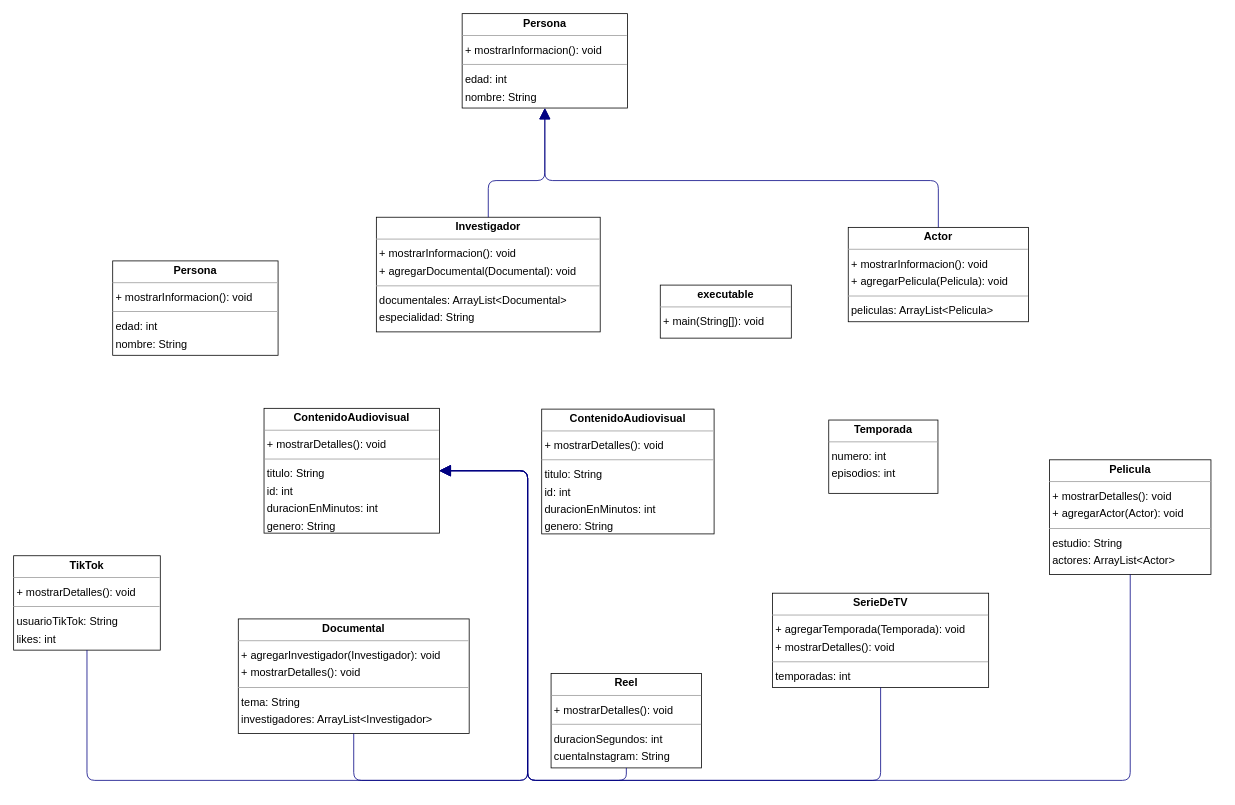
This is diagram/src.drawio from smosquera1/POO_U1, a draw.io file, before an edit. Source tidied: cells renumbered, new cells numbered last; positions are measured from the earlier drawing's top-left corner, leaving out a move shared by most shapes. Both pictures are drawn from the tidied source at 78%, with x=0, y=0 at pixel (13, 13).
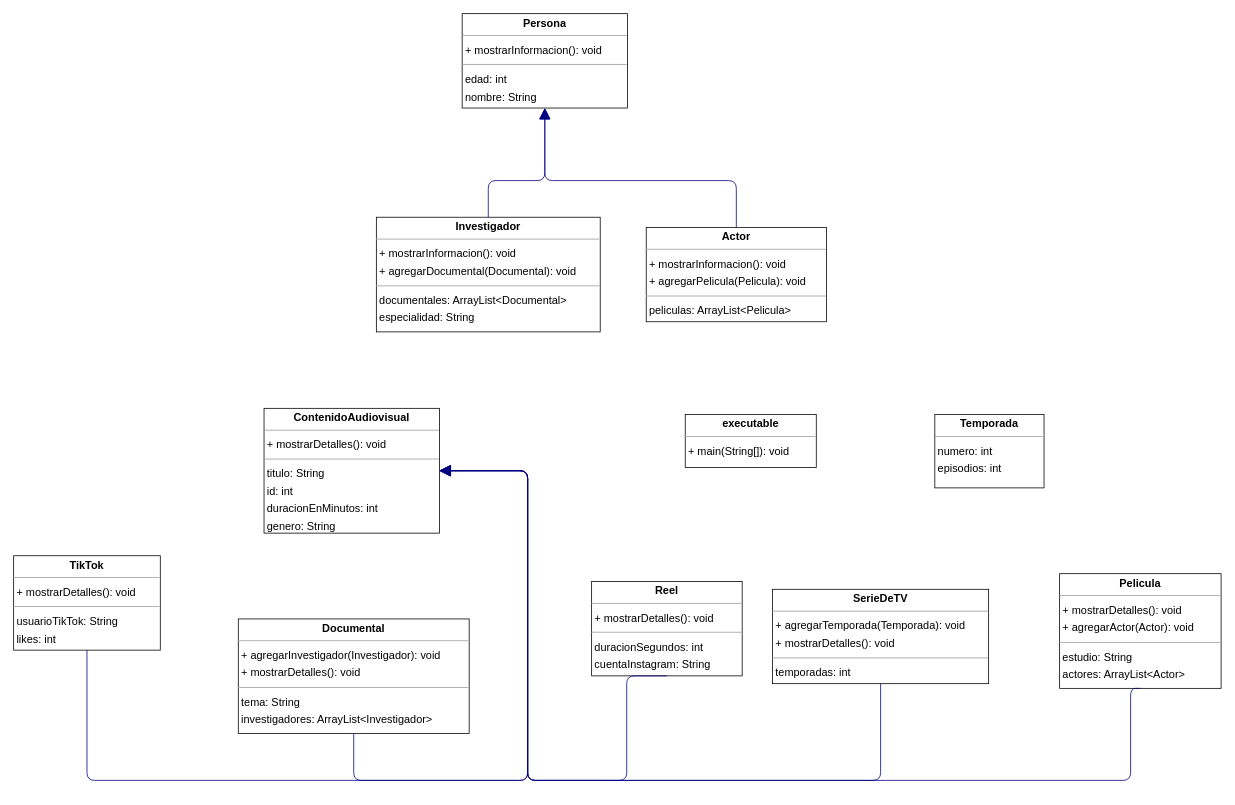
The same page after the edit.

Unchanged cells that the change refers to:
```xml
<mxCell id="8" value="&lt;p style=&quot;margin:0px;margin-top:4px;text-align:center;&quot;&gt;&lt;b&gt;Persona&lt;/b&gt;&lt;/p&gt;&lt;hr size=&quot;1&quot;/&gt;&lt;p style=&quot;margin:0 0 0 4px;line-height:1.6;&quot;&gt;+ mostrarInformacion(): void&lt;/p&gt;&lt;hr size=&quot;1&quot;/&gt;&lt;p style=&quot;margin:0 0 0 4px;line-height:1.6;&quot;&gt; edad: int&lt;br/&gt; nombre: String&lt;/p&gt;" style="verticalAlign=top;align=left;overflow=fill;fontSize=14;fontFamily=Helvetica;html=1;rounded=0;shadow=0;comic=0;labelBackgroundColor=none;strokeWidth=1;" parent="1" vertex="1">
  <mxGeometry x="575" width="212" height="121" as="geometry" />
</mxCell>
```

Diff of the diagram source:
```diff
@@
     <mxCell id="2" value="&lt;p style=&quot;margin:0px;margin-top:4px;text-align:center;&quot;&gt;&lt;b&gt;Actor&lt;/b&gt;&lt;/p&gt;&lt;hr size=&quot;1&quot;/&gt;&lt;p style=&quot;margin:0 0 0 4px;line-height:1.6;&quot;&gt;+ mostrarInformacion(): void&lt;br/&gt;+ agregarPelicula(Pelicula): void&lt;/p&gt;&lt;hr size=&quot;1&quot;/&gt;&lt;p style=&quot;margin:0 0 0 4px;line-height:1.6;&quot;&gt; peliculas: ArrayList&amp;lt;Pelicula&amp;gt;&lt;/p&gt;" style="verticalAlign=top;align=left;overflow=fill;fontSize=14;fontFamily=Helvetica;html=1;rounded=0;shadow=0;comic=0;labelBackgroundColor=none;strokeWidth=1;" parent="1" vertex="1">
-      <mxGeometry x="1070" y="274" width="231" height="121" as="geometry" />
+      <mxGeometry x="811" y="274" width="231" height="121" as="geometry" />
     </mxCell>
@@
-    <mxCell id="4" value="&lt;p style=&quot;margin:0px;margin-top:4px;text-align:center;&quot;&gt;&lt;b&gt;ContenidoAudiovisual&lt;/b&gt;&lt;/p&gt;&lt;hr size=&quot;1&quot;/&gt;&lt;p style=&quot;margin:0 0 0 4px;line-height:1.6;&quot;&gt;+ mostrarDetalles(): void&lt;/p&gt;&lt;hr size=&quot;1&quot;/&gt;&lt;p style=&quot;margin:0 0 0 4px;line-height:1.6;&quot;&gt; titulo: String&lt;br/&gt; id: int&lt;br/&gt; duracionEnMinutos: int&lt;br/&gt; genero: String&lt;/p&gt;" style="verticalAlign=top;align=left;overflow=fill;fontSize=14;fontFamily=Helvetica;html=1;rounded=0;shadow=0;comic=0;labelBackgroundColor=none;strokeWidth=1;" parent="1" vertex="1">
-      <mxGeometry x="677" y="507" width="221" height="160" as="geometry" />
-    </mxCell>
@@
     <mxCell id="7" value="&lt;p style=&quot;margin:0px;margin-top:4px;text-align:center;&quot;&gt;&lt;b&gt;Pelicula&lt;/b&gt;&lt;/p&gt;&lt;hr size=&quot;1&quot;/&gt;&lt;p style=&quot;margin:0 0 0 4px;line-height:1.6;&quot;&gt;+ mostrarDetalles(): void&lt;br/&gt;+ agregarActor(Actor): void&lt;/p&gt;&lt;hr size=&quot;1&quot;/&gt;&lt;p style=&quot;margin:0 0 0 4px;line-height:1.6;&quot;&gt; estudio: String&lt;br/&gt; actores: ArrayList&amp;lt;Actor&amp;gt;&lt;/p&gt;" style="verticalAlign=top;align=left;overflow=fill;fontSize=14;fontFamily=Helvetica;html=1;rounded=0;shadow=0;comic=0;labelBackgroundColor=none;strokeWidth=1;" parent="1" vertex="1">
-      <mxGeometry x="1328" y="572" width="207" height="147" as="geometry" />
+      <mxGeometry x="1341" y="718" width="207" height="147" as="geometry" />
     </mxCell>
@@
-    <mxCell id="9" value="&lt;p style=&quot;margin:0px;margin-top:4px;text-align:center;&quot;&gt;&lt;b&gt;Persona&lt;/b&gt;&lt;/p&gt;&lt;hr size=&quot;1&quot;/&gt;&lt;p style=&quot;margin:0 0 0 4px;line-height:1.6;&quot;&gt;+ mostrarInformacion(): void&lt;/p&gt;&lt;hr size=&quot;1&quot;/&gt;&lt;p style=&quot;margin:0 0 0 4px;line-height:1.6;&quot;&gt; edad: int&lt;br/&gt; nombre: String&lt;/p&gt;" style="verticalAlign=top;align=left;overflow=fill;fontSize=14;fontFamily=Helvetica;html=1;rounded=0;shadow=0;comic=0;labelBackgroundColor=none;strokeWidth=1;" parent="1" vertex="1">
-      <mxGeometry x="127" y="317" width="212" height="121" as="geometry" />
-    </mxCell>
     <mxCell id="10" value="&lt;p style=&quot;margin:0px;margin-top:4px;text-align:center;&quot;&gt;&lt;b&gt;Reel&lt;/b&gt;&lt;/p&gt;&lt;hr size=&quot;1&quot;/&gt;&lt;p style=&quot;margin:0 0 0 4px;line-height:1.6;&quot;&gt;+ mostrarDetalles(): void&lt;/p&gt;&lt;hr size=&quot;1&quot;/&gt;&lt;p style=&quot;margin:0 0 0 4px;line-height:1.6;&quot;&gt; duracionSegundos: int&lt;br/&gt; cuentaInstagram: String&lt;/p&gt;" style="verticalAlign=top;align=left;overflow=fill;fontSize=14;fontFamily=Helvetica;html=1;rounded=0;shadow=0;comic=0;labelBackgroundColor=none;strokeWidth=1;" parent="1" vertex="1">
-      <mxGeometry x="689" y="846" width="193" height="121" as="geometry" />
+      <mxGeometry x="741" y="728" width="193" height="121" as="geometry" />
     </mxCell>
     <mxCell id="11" value="&lt;p style=&quot;margin:0px;margin-top:4px;text-align:center;&quot;&gt;&lt;b&gt;SerieDeTV&lt;/b&gt;&lt;/p&gt;&lt;hr size=&quot;1&quot;/&gt;&lt;p style=&quot;margin:0 0 0 4px;line-height:1.6;&quot;&gt;+ agregarTemporada(Temporada): void&lt;br/&gt;+ mostrarDetalles(): void&lt;/p&gt;&lt;hr size=&quot;1&quot;/&gt;&lt;p style=&quot;margin:0 0 0 4px;line-height:1.6;&quot;&gt; temporadas: int&lt;/p&gt;" style="verticalAlign=top;align=left;overflow=fill;fontSize=14;fontFamily=Helvetica;html=1;rounded=0;shadow=0;comic=0;labelBackgroundColor=none;strokeWidth=1;" parent="1" vertex="1">
-      <mxGeometry x="973" y="743" width="277" height="121" as="geometry" />
+      <mxGeometry x="973" y="738" width="277" height="121" as="geometry" />
     </mxCell>
     <mxCell id="12" value="&lt;p style=&quot;margin:0px;margin-top:4px;text-align:center;&quot;&gt;&lt;b&gt;Temporada&lt;/b&gt;&lt;/p&gt;&lt;hr size=&quot;1&quot;/&gt;&lt;p style=&quot;margin:0 0 0 4px;line-height:1.6;&quot;&gt; numero: int&lt;br/&gt; episodios: int&lt;/p&gt;" style="verticalAlign=top;align=left;overflow=fill;fontSize=14;fontFamily=Helvetica;html=1;rounded=0;shadow=0;comic=0;labelBackgroundColor=none;strokeWidth=1;" parent="1" vertex="1">
-      <mxGeometry x="1045" y="521" width="140" height="94" as="geometry" />
+      <mxGeometry x="1181" y="514" width="140" height="94" as="geometry" />
     </mxCell>
@@
     <mxCell id="14" value="&lt;p style=&quot;margin:0px;margin-top:4px;text-align:center;&quot;&gt;&lt;b&gt;executable&lt;/b&gt;&lt;/p&gt;&lt;hr size=&quot;1&quot;/&gt;&lt;p style=&quot;margin:0 0 0 4px;line-height:1.6;&quot;&gt;+ main(String[]): void&lt;/p&gt;" style="verticalAlign=top;align=left;overflow=fill;fontSize=14;fontFamily=Helvetica;html=1;rounded=0;shadow=0;comic=0;labelBackgroundColor=none;strokeWidth=1;" parent="1" vertex="1">
-      <mxGeometry x="829" y="348" width="168" height="68" as="geometry" />
+      <mxGeometry x="861" y="514" width="168" height="68" as="geometry" />
     </mxCell>
     <mxCell id="15" style="html=1;rounded=1;edgeStyle=orthogonalEdgeStyle;dashed=0;startArrow=none;endArrow=block;endSize=12;strokeColor=#000082;exitX=0.500;exitY=0.000;exitDx=0;exitDy=0;entryX=0.500;entryY=1.000;entryDx=0;entryDy=0;" parent="1" edge="1" source="2" target="8">
       <mxGeometry relative="1" as="geometry">
         <Array as="points">
-          <mxPoint x="1186" y="214" />
+          <mxPoint x="926" y="214" />
           <mxPoint x="681" y="214" />
         </Array>
       </mxGeometry>
     </mxCell>
```
